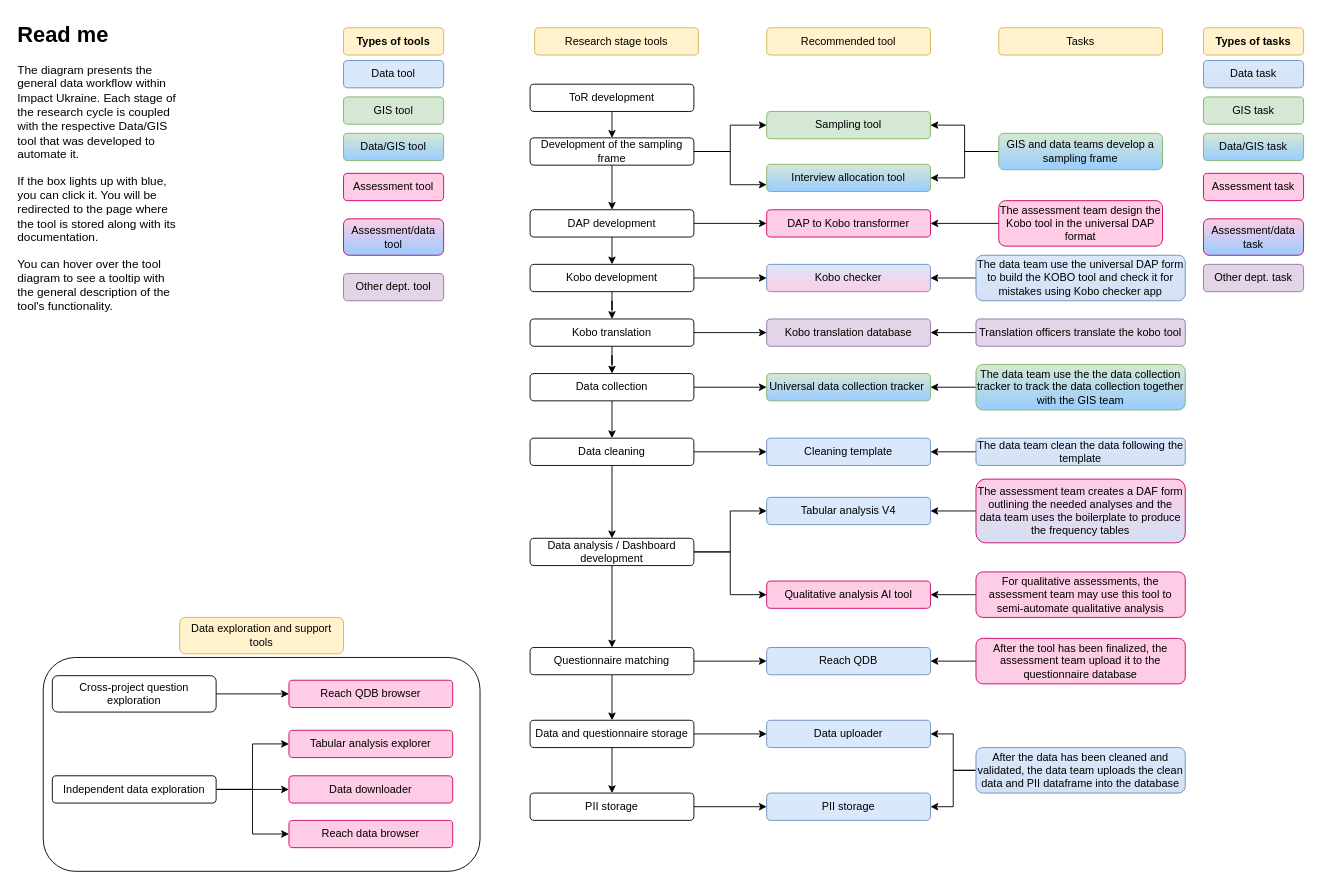
Nestor-Ch/Data_processing_pipeline keeps this draw.io diagram as Untitled Diagram.drawio. Above is the earlier version. Source tidied: cells renumbered, new cells numbered last; positions are measured from the earlier drawing's top-left corner, leaving out a move shared by most shapes. Both pictures are drawn from the tidied source at 91%, with x=0, y=0 at pixel (15, 15).
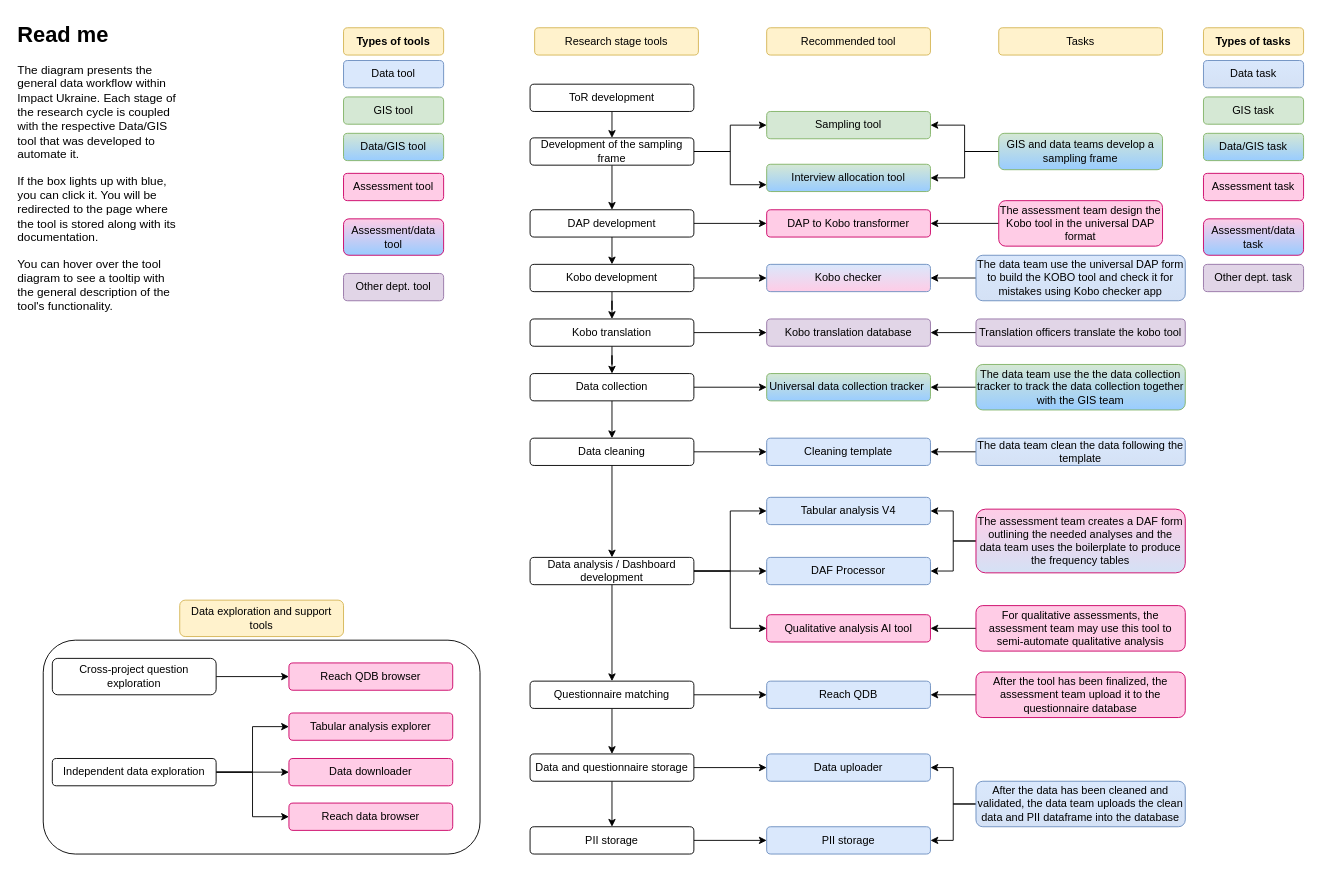
Above is the later version.

The edit, as a diff of the source:
```diff
@@
     <mxCell id="2" style="rounded=1;whiteSpace=wrap;html=1;fillColor=none;" parent="1" vertex="1">
-      <mxGeometry x="30" y="705" width="480" height="235" as="geometry" />
+      <mxGeometry x="30" y="686" width="480" height="235" as="geometry" />
     </mxCell>
@@
+    <mxCell id="99" style="edgeStyle=orthogonalEdgeStyle;rounded=0;jettySize=auto;html=1;entryX=0;entryY=0.5;entryDx=0;entryDy=0;" parent="1" edge="1" source="28" target="101">
+      <mxGeometry relative="1" as="geometry" />
+    </mxCell>
     <mxCell id="28" value="Data analysis / Dashboard development" style="rounded=1;whiteSpace=wrap;html=1;" parent="1" vertex="1">
-      <mxGeometry x="565" y="574" width="180" height="30" as="geometry" />
+      <mxGeometry x="565" y="595" width="180" height="30" as="geometry" />
     </mxCell>
@@
     <mxCell id="39" value="Questionnaire matching" style="rounded=1;whiteSpace=wrap;html=1;" parent="1" vertex="1">
-      <mxGeometry x="565" y="694" width="180" height="30" as="geometry" />
+      <mxGeometry x="565" y="731" width="180" height="30" as="geometry" />
     </mxCell>
     <mxCell id="40" value="Reach QDB" style="rounded=1;whiteSpace=wrap;html=1;fillColor=#dae8fc;strokeColor=#6c8ebf;" parent="1" vertex="1">
-      <mxGeometry x="825" y="694" width="180" height="30" as="geometry" />
+      <mxGeometry x="825" y="731" width="180" height="30" as="geometry" />
     </mxCell>
@@
     <mxCell id="43" value="Data and questionnaire storage" style="rounded=1;whiteSpace=wrap;html=1;" parent="1" vertex="1">
-      <mxGeometry x="565" y="774" width="180" height="30" as="geometry" />
+      <mxGeometry x="565" y="811" width="180" height="30" as="geometry" />
     </mxCell>
     <mxCell id="44" value="Data uploader" style="rounded=1;whiteSpace=wrap;html=1;fillColor=#dae8fc;strokeColor=#6c8ebf;" parent="1" vertex="1">
-      <mxGeometry x="825" y="774" width="180" height="30" as="geometry" />
+      <mxGeometry x="825" y="811" width="180" height="30" as="geometry" />
     </mxCell>
@@
     <mxCell id="46" value="PII storage" style="rounded=1;whiteSpace=wrap;html=1;" parent="1" vertex="1">
-      <mxGeometry x="565" y="854" width="180" height="30" as="geometry" />
+      <mxGeometry x="565" y="891" width="180" height="30" as="geometry" />
     </mxCell>
     <mxCell id="47" value="PII storage" style="rounded=1;whiteSpace=wrap;html=1;fillColor=#dae8fc;strokeColor=#6c8ebf;" parent="1" vertex="1">
-      <mxGeometry x="825" y="854" width="180" height="30" as="geometry" />
+      <mxGeometry x="825" y="891" width="180" height="30" as="geometry" />
     </mxCell>
@@
+    <mxCell id="100" style="edgeStyle=orthogonalEdgeStyle;rounded=0;jettySize=auto;html=1;entryX=1;entryY=0.5;entryDx=0;entryDy=0;" parent="1" edge="1" source="69" target="101">
+      <mxGeometry relative="1" as="geometry" />
+    </mxCell>
     <mxCell id="69" value="The assessment team creates a DAF form outlining the needed analyses and the data team uses the boilerplate to produce the frequency tables" style="rounded=1;whiteSpace=wrap;html=1;fillColor=#FFCCE6;strokeColor=#CC0066;gradientColor=#D4E1F5;" parent="1" vertex="1">
-      <mxGeometry x="1055" y="509" width="230" height="70" as="geometry" />
+      <mxGeometry x="1055" y="542" width="230" height="70" as="geometry" />
     </mxCell>
@@
     <mxCell id="71" value="After the tool has been finalized, the assessment team upload it to the questionnaire database" style="rounded=1;whiteSpace=wrap;html=1;fillColor=#FFCCE6;strokeColor=#CC0066;" parent="1" vertex="1">
-      <mxGeometry x="1055" y="684" width="230" height="50" as="geometry" />
+      <mxGeometry x="1055" y="721" width="230" height="50" as="geometry" />
     </mxCell>
@@
     <mxCell id="74" value="After the data has been cleaned and validated, the data team uploads the clean data and PII dataframe into the database" style="rounded=1;whiteSpace=wrap;html=1;fillColor=#dae8fc;strokeColor=#6c8ebf;gradientColor=#D4E1F5;" parent="1" vertex="1">
-      <mxGeometry x="1055" y="804" width="230" height="50" as="geometry" />
+      <mxGeometry x="1055" y="841" width="230" height="50" as="geometry" />
     </mxCell>
@@
     <mxCell id="77" value="Data exploration and support tools" style="rounded=1;whiteSpace=wrap;html=1;fillColor=#fff2cc;strokeColor=#d6b656;" parent="1" vertex="1">
-      <mxGeometry x="180" y="661" width="180" height="40" as="geometry" />
+      <mxGeometry x="180" y="642" width="180" height="40" as="geometry" />
     </mxCell>
     <mxCell id="78" value="Tabular analysis explorer" style="rounded=1;whiteSpace=wrap;html=1;fillColor=#FFCCE6;strokeColor=#CC0066;" parent="1" vertex="1">
-      <mxGeometry x="300" y="785" width="180" height="30" as="geometry" />
+      <mxGeometry x="300" y="766" width="180" height="30" as="geometry" />
     </mxCell>
@@
     <mxCell id="82" value="Independent data exploration" style="rounded=1;whiteSpace=wrap;html=1;" parent="1" vertex="1">
-      <mxGeometry x="40" y="835" width="180" height="30" as="geometry" />
+      <mxGeometry x="40" y="816" width="180" height="30" as="geometry" />
     </mxCell>
@@
     <mxCell id="84" value="Cross-project question exploration" style="rounded=1;whiteSpace=wrap;html=1;" parent="1" vertex="1">
-      <mxGeometry x="40" y="725" width="180" height="40" as="geometry" />
+      <mxGeometry x="40" y="706" width="180" height="40" as="geometry" />
     </mxCell>
     <mxCell id="85" value="Reach QDB browser" style="rounded=1;whiteSpace=wrap;html=1;fillColor=#FFCCE6;strokeColor=#CC0066;" parent="1" vertex="1">
-      <mxGeometry x="300" y="730" width="180" height="30" as="geometry" />
+      <mxGeometry x="300" y="711" width="180" height="30" as="geometry" />
     </mxCell>
     <mxCell id="86" value="Data downloader" style="rounded=1;whiteSpace=wrap;html=1;fillColor=#FFCCE6;strokeColor=#CC0066;" parent="1" vertex="1">
-      <mxGeometry x="300" y="835" width="180" height="30" as="geometry" />
+      <mxGeometry x="300" y="816" width="180" height="30" as="geometry" />
     </mxCell>
     <mxCell id="87" value="Qualitative analysis AI tool" style="rounded=1;whiteSpace=wrap;html=1;fillColor=#FFCCE6;strokeColor=#CC0066;" parent="1" vertex="1">
-      <mxGeometry x="825" y="621" width="180" height="30" as="geometry" />
+      <mxGeometry x="825" y="658" width="180" height="30" as="geometry" />
     </mxCell>
@@
     <mxCell id="89" value="For qualitative assessments, the assessment team may use this tool to semi-automate qualitative analysis" style="rounded=1;whiteSpace=wrap;html=1;fillColor=#FFCCE6;strokeColor=#CC0066;" parent="1" vertex="1">
-      <mxGeometry x="1055" y="611" width="230" height="50" as="geometry" />
+      <mxGeometry x="1055" y="648" width="230" height="50" as="geometry" />
     </mxCell>
@@
     <mxCell id="98" value="Reach data browser" style="rounded=1;whiteSpace=wrap;html=1;fillColor=#FFCCE6;strokeColor=#CC0066;" parent="1" vertex="1">
-      <mxGeometry x="300" y="884" width="180" height="30" as="geometry" />
+      <mxGeometry x="300" y="865" width="180" height="30" as="geometry" />
     </mxCell>
+    <mxCell id="101" value="DAF Processor" style="rounded=1;whiteSpace=wrap;html=1;fillColor=#dae8fc;strokeColor=#6c8ebf;" parent="1" vertex="1">
+      <mxGeometry x="825" y="595" width="180" height="30" as="geometry" />
+    </mxCell>
```
